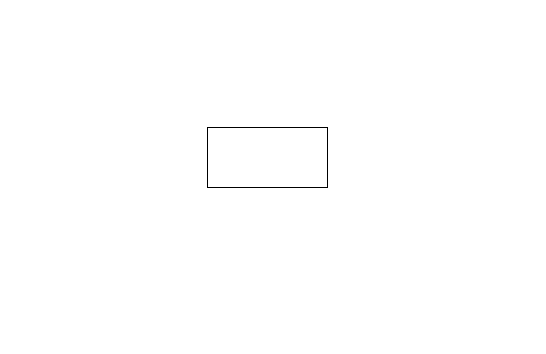
The draw.io diagram Diagramme sans nom.drawio in elgenio123/diagrams, before the edit. Source tidied: cells renumbered, new cells numbered last; positions are measured from the earlier drawing's top-left corner, leaving out a move shared by most shapes. Both pictures are drawn from the tidied source at 100%, with x=0, y=0 at pixel (207, 127).
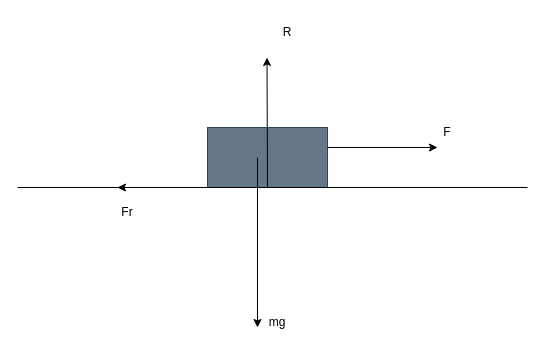
The same page after the edit.

Commit message:
Mettre à jour Diagramme sans nom.drawio

The edit, as a diff of the source:
```diff
@@
 <mxGraphModel>
   <root>
     <mxCell id="0" />
     <mxCell id="1" parent="0" />
-    <mxCell id="2" style="rounded=0;whiteSpace=wrap;html=1;" parent="1" vertex="1">
+    <mxCell id="2" style="rounded=0;whiteSpace=wrap;html=1;fillColor=#647687;fontColor=#ffffff;strokeColor=#314354;" parent="1" vertex="1">
       <mxGeometry width="120" height="60" as="geometry" />
     </mxCell>
+    <mxCell id="3" style="endArrow=none;html=1;rounded=0;" parent="1" edge="1">
+      <mxGeometry relative="1" as="geometry">
+        <mxPoint x="-190" y="60" as="sourcePoint" />
+        <mxPoint x="320" y="60" as="targetPoint" />
+      </mxGeometry>
+    </mxCell>
+    <mxCell id="4" style="endArrow=classic;html=1;rounded=0;" parent="1" edge="1">
+      <mxGeometry relative="1" as="geometry">
+        <mxPoint x="60" y="60" as="sourcePoint" />
+        <mxPoint x="59.5" y="-70" as="targetPoint" />
+      </mxGeometry>
+    </mxCell>
+    <mxCell id="5" style="endArrow=classic;html=1;rounded=0;" parent="1" edge="1">
+      <mxGeometry relative="1" as="geometry">
+        <mxPoint x="50" y="30" as="sourcePoint" />
+        <mxPoint x="50" y="200" as="targetPoint" />
+      </mxGeometry>
+    </mxCell>
+    <mxCell id="6" style="endArrow=classic;html=1;rounded=0;" parent="1" edge="1">
+      <mxGeometry relative="1" as="geometry">
+        <mxPoint x="-40" y="60" as="sourcePoint" />
+        <mxPoint x="-90" y="60" as="targetPoint" />
+      </mxGeometry>
+    </mxCell>
+    <mxCell id="7" style="endArrow=classic;html=1;rounded=0;" parent="1" edge="1">
+      <mxGeometry relative="1" as="geometry">
+        <mxPoint x="120" y="20" as="sourcePoint" />
+        <mxPoint x="230" y="20" as="targetPoint" />
+      </mxGeometry>
+    </mxCell>
+    <mxCell id="8" value="R" style="text;html=1;align=center;verticalAlign=middle;whiteSpace=wrap;rounded=0;" parent="1" vertex="1">
+      <mxGeometry x="50" y="-110" width="60" height="30" as="geometry" />
+    </mxCell>
+    <mxCell id="9" value="Fr" style="text;html=1;align=center;verticalAlign=middle;whiteSpace=wrap;rounded=0;" parent="1" vertex="1">
+      <mxGeometry x="-110" y="70" width="60" height="30" as="geometry" />
+    </mxCell>
+    <mxCell id="10" value="mg" style="text;html=1;align=center;verticalAlign=middle;whiteSpace=wrap;rounded=0;" parent="1" vertex="1">
+      <mxGeometry x="40" y="180" width="60" height="30" as="geometry" />
+    </mxCell>
+    <mxCell id="11" value="F" style="text;html=1;align=center;verticalAlign=middle;whiteSpace=wrap;rounded=0;" parent="1" vertex="1">
+      <mxGeometry x="210" y="-10" width="60" height="30" as="geometry" />
+    </mxCell>
   </root>
 </mxGraphModel>
```
